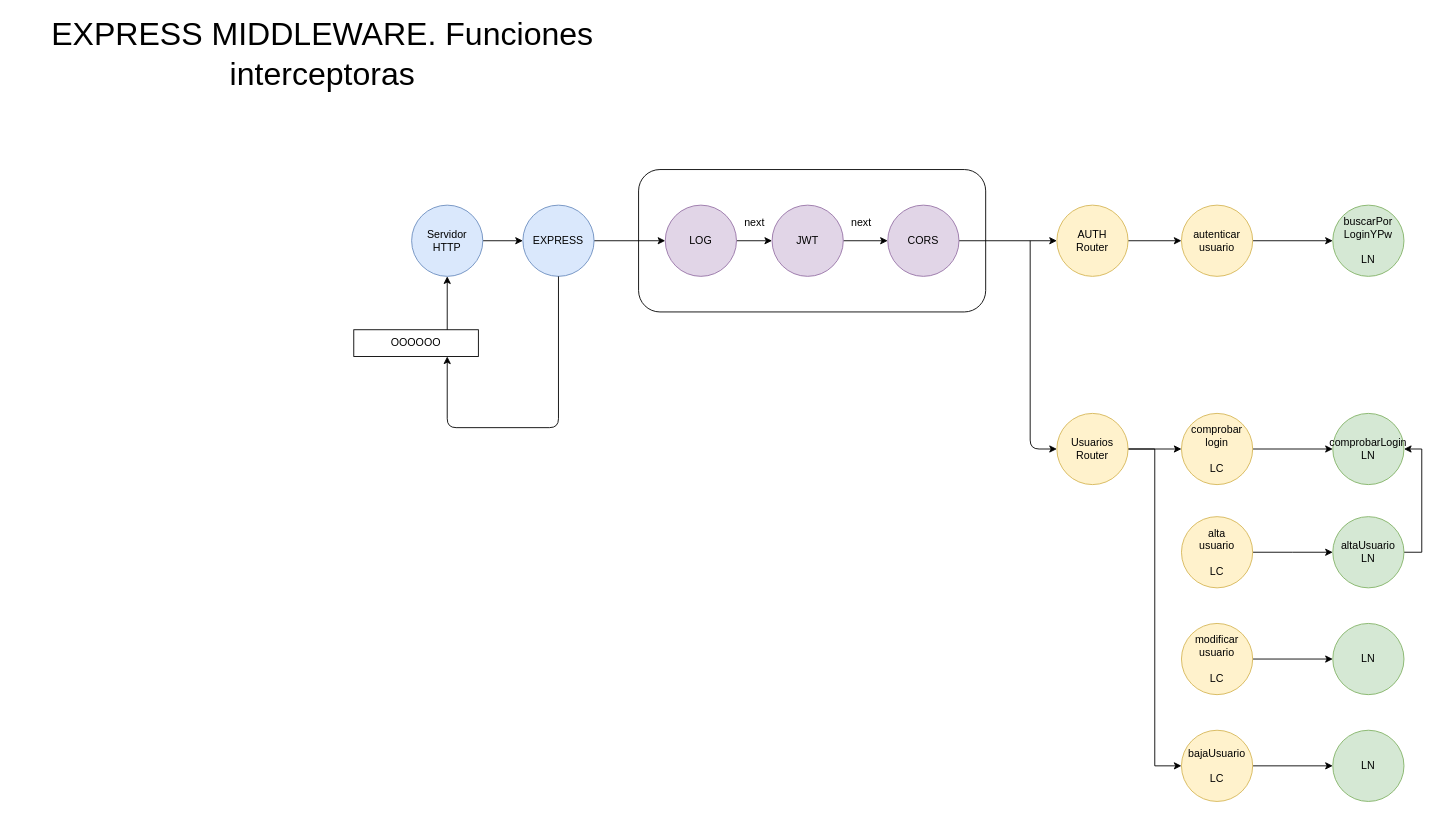
This is page "Página-49" (49 of 50) of Dibujillos.drawio from lrag/MEAN_2021, a draw.io file, before an edit. Source tidied: cells renumbered, new cells numbered last; positions are measured from the earlier drawing's top-left corner, leaving out a move shared by most shapes. Both pictures are drawn from the tidied source at 89%, with x=0, y=0 at pixel (15, 44).
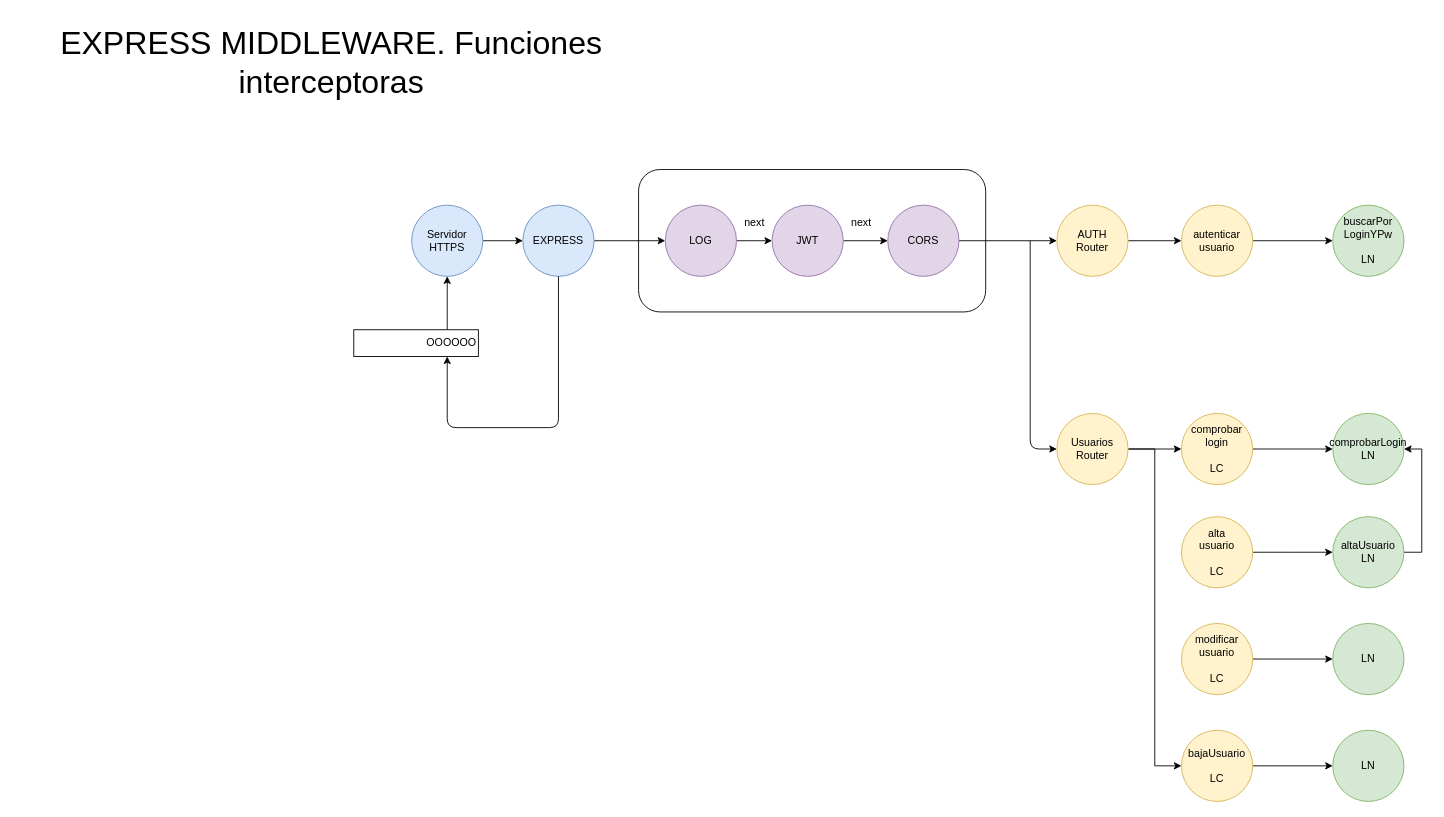
The same diagram, later.

The edit, as a diff of the source:
```diff
@@
-    <mxCell id="4" value="Servidor&lt;br&gt;HTTP" style="ellipse;whiteSpace=wrap;html=1;fillColor=#dae8fc;strokeColor=#6c8ebf;" parent="1" vertex="1">
+    <mxCell id="4" value="Servidor&lt;br&gt;HTTPS" style="ellipse;whiteSpace=wrap;html=1;fillColor=#dae8fc;strokeColor=#6c8ebf;" parent="1" vertex="1">
       <mxGeometry x="445" y="180" width="80" height="80" as="geometry" />
     </mxCell>
@@
-    <mxCell id="6" value="OOOOOO" style="rounded=0;whiteSpace=wrap;html=1;fillColor=none;" parent="1" vertex="1">
+    <mxCell id="6" value="OOOOOO" style="rounded=0;whiteSpace=wrap;html=1;fillColor=none;align=right;" parent="1" vertex="1">
       <mxGeometry x="380" y="320" width="140" height="30" as="geometry" />
     </mxCell>
@@
     <mxCell id="31" value="&lt;font style=&quot;font-size: 36px&quot;&gt;EXPRESS MIDDLEWARE. Funciones interceptoras&lt;/font&gt;" style="text;html=1;strokeColor=none;fillColor=none;align=center;verticalAlign=middle;whiteSpace=wrap;rounded=0;" parent="1" vertex="1">
-      <mxGeometry width="690" height="20" as="geometry" />
+      <mxGeometry x="10" y="10" width="690" height="20" as="geometry" />
     </mxCell>
```
